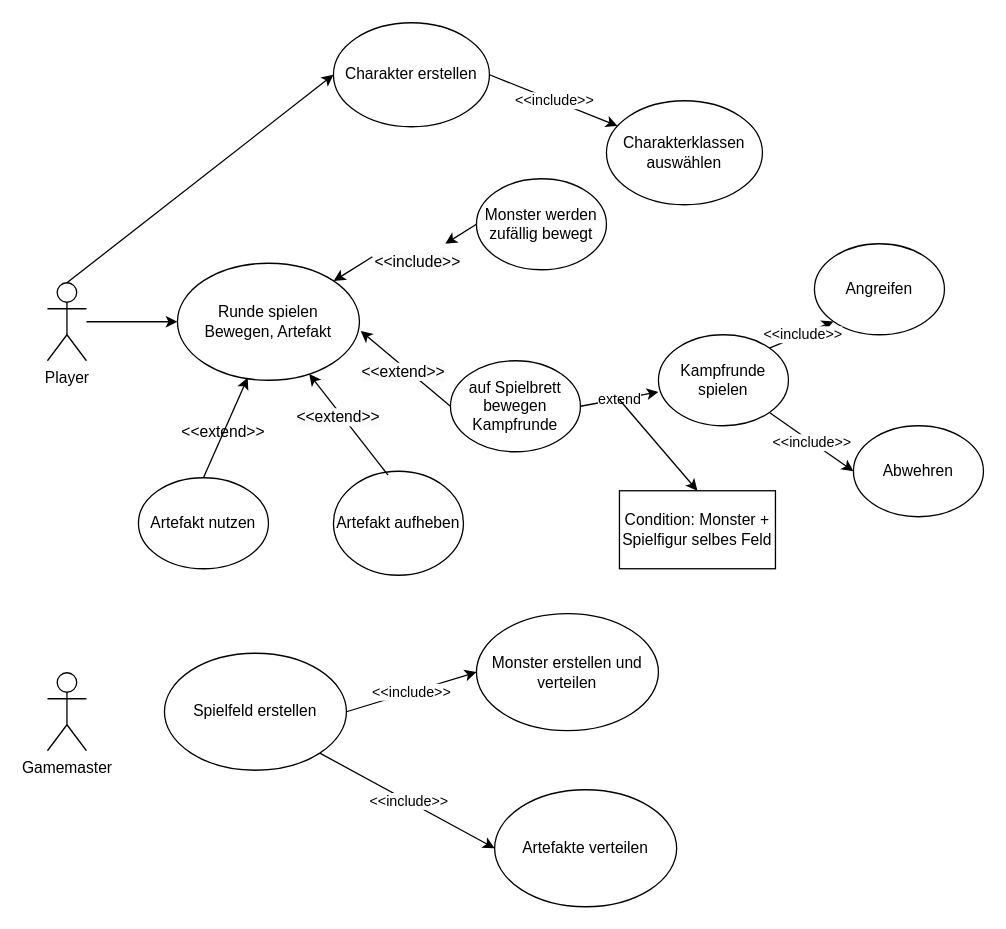
Jablothas/JavaRPG keeps this draw.io diagram as usecase.drawio. Above is the earlier version. Source tidied: cells renumbered, new cells numbered last; positions are measured from the earlier drawing's top-left corner, leaving out a move shared by most shapes. Both pictures are drawn from the tidied source at 130%, with x=0, y=0 at pixel (47, 22).
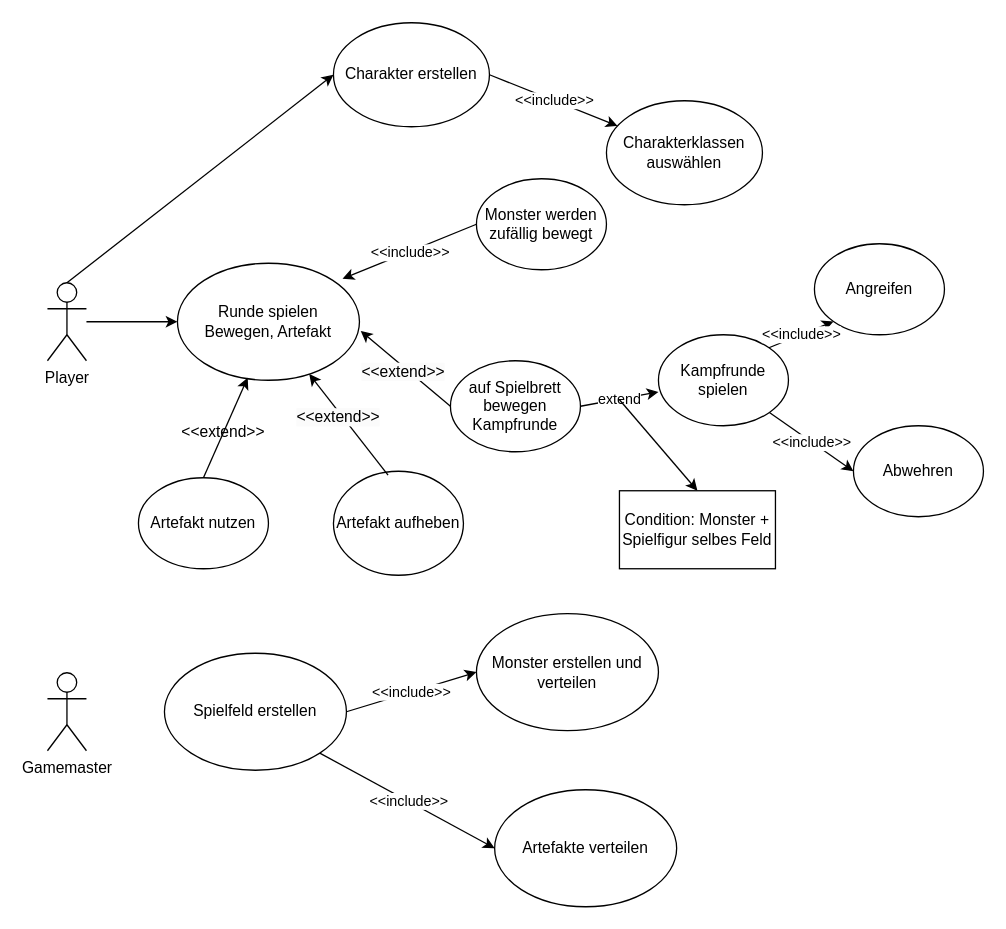
After the change.

Unchanged cells that the change refers to:
```xml
<mxCell id="5" value="Runde spielen&lt;br&gt;Bewegen, Artefakt" style="ellipse;whiteSpace=wrap;html=1;" parent="1" vertex="1">
  <mxGeometry x="100" y="185" width="140" height="90" as="geometry" />
</mxCell>
<mxCell id="15" value="Monster werden zufällig bewegt" style="ellipse;whiteSpace=wrap;html=1;" parent="1" vertex="1">
  <mxGeometry x="330" y="120" width="100" height="70" as="geometry" />
</mxCell>
<mxCell id="24" value="Kampfrunde spielen" style="ellipse;whiteSpace=wrap;html=1;" parent="1" vertex="1">
  <mxGeometry x="470" y="240" width="100" height="70" as="geometry" />
</mxCell>
<mxCell id="29" value="Angreifen" style="ellipse;whiteSpace=wrap;html=1;" parent="1" vertex="1">
  <mxGeometry x="590" y="170" width="100" height="70" as="geometry" />
</mxCell>
```

What changed in the source:
```diff
@@
-    <mxCell id="16" style="endArrow=classic;html=1;rounded=0;exitX=0;exitY=0.5;exitDx=0;exitDy=0;" parent="1" edge="1" source="18" target="5">
-      <mxGeometry relative="1" as="geometry" />
-    </mxCell>
-    <mxCell id="17" style="endArrow=classic;html=1;rounded=0;exitX=0;exitY=0.5;exitDx=0;exitDy=0;" parent="1" edge="1" source="15" target="18">
-      <mxGeometry relative="1" as="geometry" />
-    </mxCell>
-    <mxCell id="18" value="&lt;span style=&quot;caret-color: rgb(0, 0, 0); color: rgb(0, 0, 0); font-family: Helvetica; font-size: 12px; font-style: normal; font-variant-caps: normal; font-weight: 400; letter-spacing: normal; text-align: center; text-indent: 0px; text-transform: none; word-spacing: 0px; -webkit-text-stroke-width: 0px; background-color: rgb(251, 251, 251); text-decoration: none; float: none; display: inline !important;&quot;&gt;&amp;lt;&amp;lt;include&amp;gt;&amp;gt;&lt;br&gt;&lt;br&gt;&lt;/span&gt;" style="text;whiteSpace=wrap;html=1;" parent="1" vertex="1">
-      <mxGeometry x="250" y="170" width="80" height="20" as="geometry" />
-    </mxCell>
@@
-    <mxCell id="31" style="endArrow=classic;html=1;rounded=0;exitX=1;exitY=0;exitDx=0;exitDy=0;entryX=0;entryY=1;entryDx=0;entryDy=0;" parent="1" edge="1" source="24" target="29">
-      <mxGeometry relative="1" as="geometry" />
+    <mxCell id="31" style="endArrow=classic;html=1;rounded=0;entryX=0;entryY=1;entryDx=0;entryDy=0;" parent="1" edge="1" target="29">
+      <mxGeometry relative="1" as="geometry">
+        <mxPoint x="555" y="250" as="sourcePoint" />
+      </mxGeometry>
     </mxCell>
@@
+    <mxCell id="42" style="endArrow=classic;html=1;rounded=0;entryX=0.907;entryY=0.133;entryDx=0;entryDy=0;exitX=0;exitY=0.5;exitDx=0;exitDy=0;entryPerimeter=0;" parent="1" edge="1" source="15" target="5">
+      <mxGeometry relative="1" as="geometry" />
+    </mxCell>
+    <mxCell id="18" value="&amp;lt;&amp;lt;include&amp;gt;&amp;gt;" style="edgeLabel;html=1;align=center;verticalAlign=middle;" parent="42" vertex="1">
+      <mxGeometry relative="1" as="geometry" />
+    </mxCell>
```
